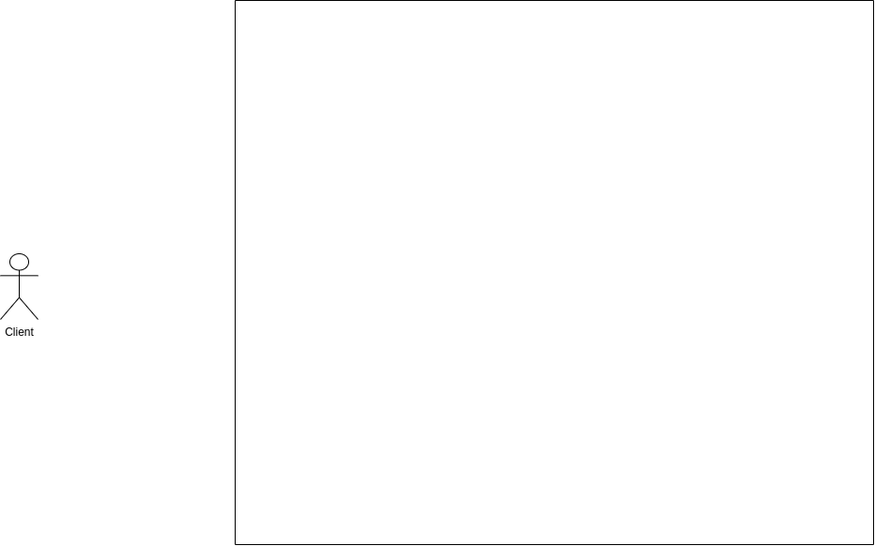
This is Diagrams/Use case diagrams/Use_case_diagrams.png from BhathiyaVandebona/group_27, a draw.io export, as it was before one commit. Source tidied: cells renumbered, new cells last; positions are measured from the earlier drawing's top-left corner, leaving out a move shared by most shapes. The source it was exported from:
```xml
<mxGraphModel>
  <root>
    <mxCell id="0" />
    <mxCell id="1" parent="0" />
    <mxCell id="2" value="Client" style="shape=umlActor;verticalLabelPosition=bottom;verticalAlign=top;html=1;" parent="1" vertex="1">
      <mxGeometry y="270" width="40" height="70" as="geometry" />
    </mxCell>
    <mxCell id="3" style="swimlane;startSize=0;" parent="1" vertex="1">
      <mxGeometry x="250" width="680" height="580" as="geometry" />
    </mxCell>
  </root>
</mxGraphModel>
```
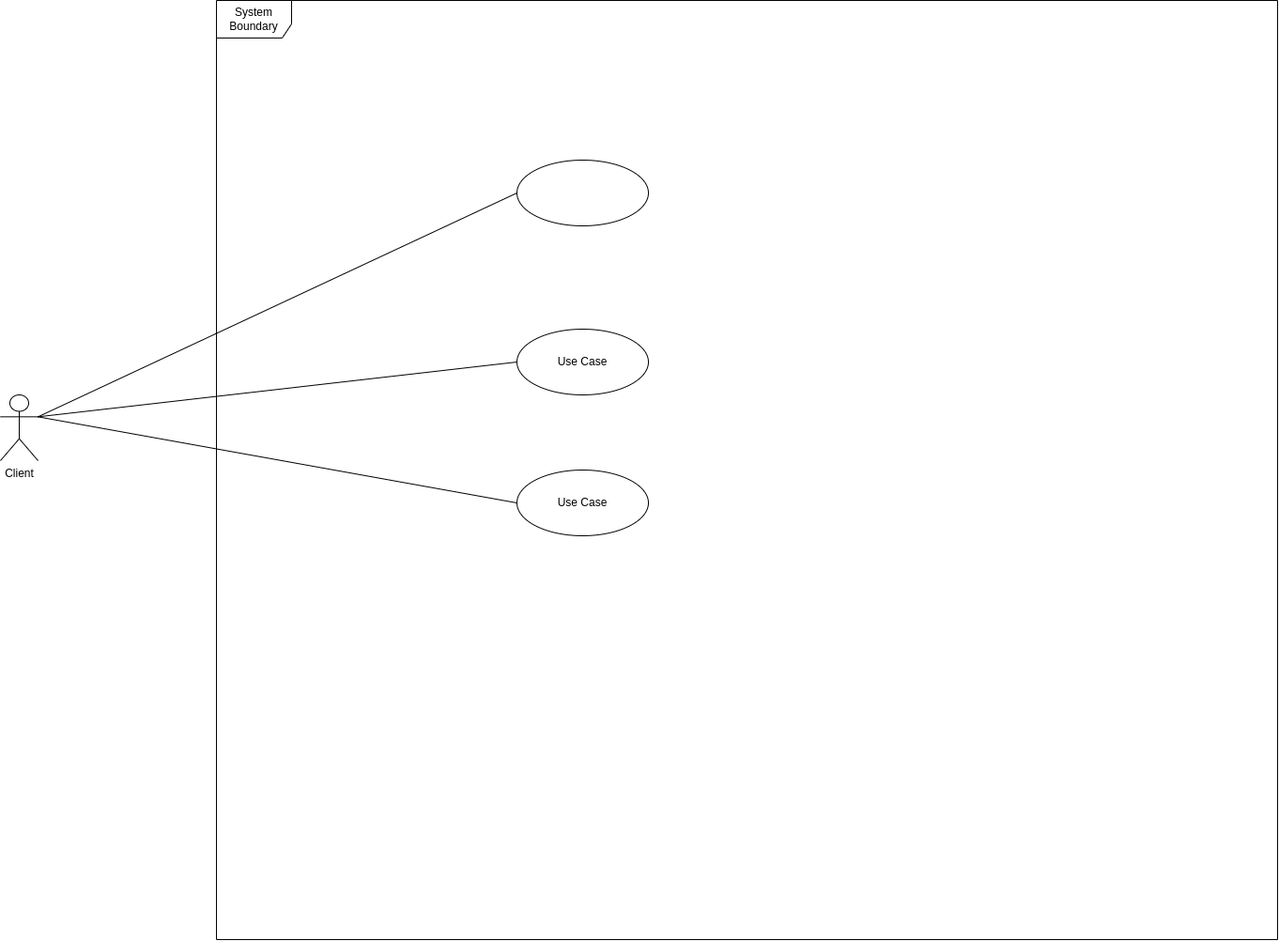
Above is the later version.

The edit, as a diff of the source:
```diff
@@ -2,11 +2,29 @@
   <root>
     <mxCell id="0" />
     <mxCell id="1" parent="0" />
+    <mxCell id="4" style="edgeStyle=none;rounded=0;jettySize=auto;html=1;exitX=1;exitY=0.3333333333333333;exitDx=0;exitDy=0;exitPerimeter=0;entryX=0;entryY=0.5;entryDx=0;entryDy=0;endArrow=none;endFill=0;" parent="1" edge="1" source="2" target="8">
+      <mxGeometry relative="1" as="geometry" />
+    </mxCell>
     <mxCell id="2" value="Client" style="shape=umlActor;verticalLabelPosition=bottom;verticalAlign=top;html=1;" parent="1" vertex="1">
       <mxGeometry y="270" width="40" height="70" as="geometry" />
     </mxCell>
-    <mxCell id="3" style="swimlane;startSize=0;" parent="1" vertex="1">
-      <mxGeometry x="250" width="680" height="580" as="geometry" />
-    </mxCell>
+    <mxCell id="5" value="System Boundary" style="shape=umlFrame;whiteSpace=wrap;html=1;width=80;height=40;" parent="1" vertex="1">
+      <mxGeometry x="230" y="-150" width="1130" height="1000" as="geometry" />
+    </mxCell>
+    <mxCell id="6" style="edgeStyle=none;rounded=0;jettySize=auto;html=1;exitX=0;exitY=0.5;exitDx=0;exitDy=0;entryX=1;entryY=0.3333333333333333;entryDx=0;entryDy=0;entryPerimeter=0;endArrow=none;endFill=0;" parent="1" edge="1" source="7" target="2">
+      <mxGeometry relative="1" as="geometry" />
+    </mxCell>
+    <mxCell id="7" style="ellipse;whiteSpace=wrap;html=1;" parent="1" vertex="1">
+      <mxGeometry x="550" y="20" width="140" height="70" as="geometry" />
+    </mxCell>
+    <mxCell id="8" value="Use Case" style="ellipse;whiteSpace=wrap;html=1;" parent="1" vertex="1">
+      <mxGeometry x="550" y="200" width="140" height="70" as="geometry" />
+    </mxCell>
+    <mxCell id="9" style="edgeStyle=none;rounded=0;jettySize=auto;html=1;exitX=0;exitY=0.5;exitDx=0;exitDy=0;entryX=1;entryY=0.3333333333333333;entryDx=0;entryDy=0;entryPerimeter=0;endArrow=none;endFill=0;" parent="1" edge="1" source="10" target="2">
+      <mxGeometry relative="1" as="geometry" />
+    </mxCell>
+    <mxCell id="10" value="Use Case" style="ellipse;whiteSpace=wrap;html=1;" parent="1" vertex="1">
+      <mxGeometry x="550" y="350" width="140" height="70" as="geometry" />
+    </mxCell>
   </root>
 </mxGraphModel>
```
